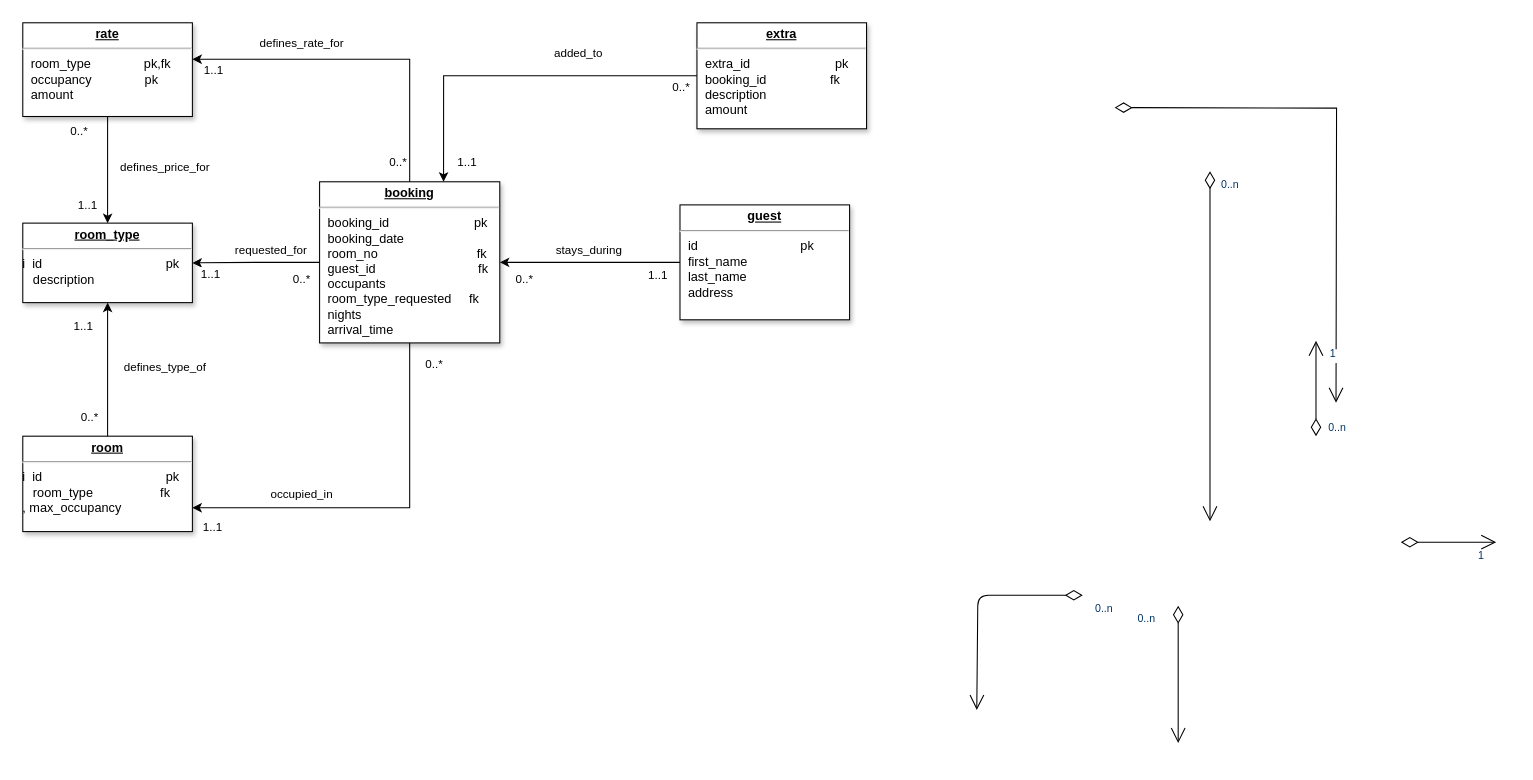
ISPaton/napierdataengineering keeps this draw.io diagram as assignment.drawio. Above is the earlier version. Source tidied: cells renumbered, new cells numbered last; positions are measured from the earlier drawing's top-left corner, leaving out a move shared by most shapes. Both pictures are drawn from the tidied source at 106%, with x=0, y=0 at pixel (22, 22).
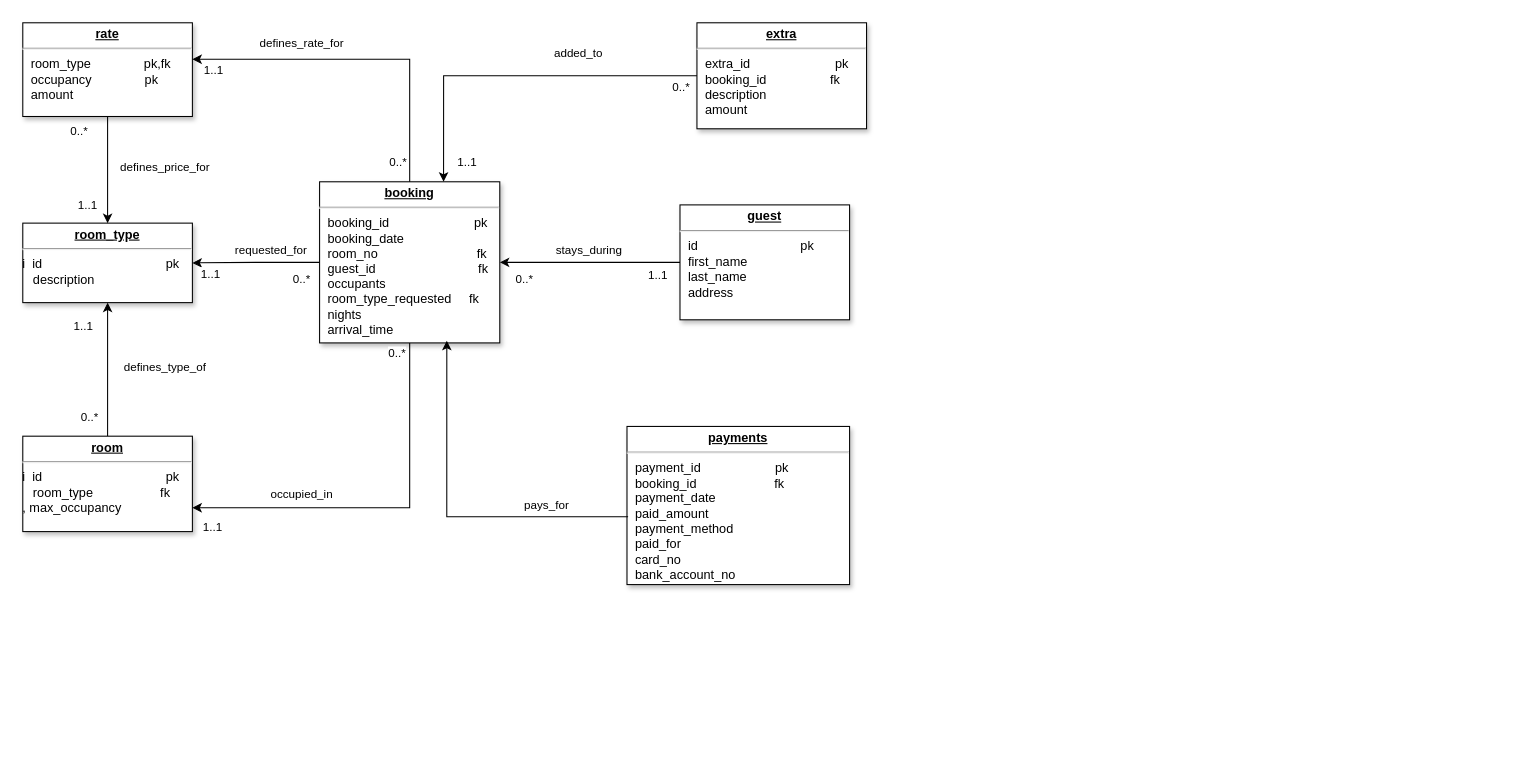
After the change.

Unchanged cells that the change refers to:
```xml
<mxCell id="4" value="&lt;p style=&quot;margin: 0px; margin-top: 4px; text-align: center; text-decoration: underline;&quot;&gt;&lt;strong&gt;booking&lt;/strong&gt;&lt;/p&gt;&lt;hr&gt;&lt;p style=&quot;margin: 0px; margin-left: 8px;&quot;&gt;booking_id&amp;nbsp;&amp;nbsp;&amp;nbsp;&amp;nbsp;&amp;nbsp;&amp;nbsp;&amp;nbsp;&amp;nbsp;&amp;nbsp;&amp;nbsp;&amp;nbsp; &amp;nbsp; &amp;nbsp; &amp;nbsp; &amp;nbsp; &amp;nbsp; &amp;nbsp; pk&lt;br&gt;booking_date&lt;br&gt;&lt;/p&gt;&lt;p style=&quot;margin: 0px; margin-left: 8px;&quot;&gt;room_no&amp;nbsp;&amp;nbsp;&amp;nbsp;&amp;nbsp;&amp;nbsp;&amp;nbsp;&amp;nbsp;&amp;nbsp;&amp;nbsp;&amp;nbsp; &amp;nbsp; &amp;nbsp; &amp;nbsp; &amp;nbsp; &amp;nbsp; &amp;nbsp;&amp;nbsp; &amp;nbsp;&amp;nbsp;&amp;nbsp; fk&lt;br&gt;&lt;/p&gt;&lt;p style=&quot;margin: 0px; margin-left: 8px;&quot;&gt;guest_id&amp;nbsp;&amp;nbsp;&amp;nbsp;&amp;nbsp;&amp;nbsp;&amp;nbsp;&amp;nbsp;&amp;nbsp;&amp;nbsp;&amp;nbsp;&amp;nbsp;&amp;nbsp;&amp;nbsp; &amp;nbsp; &amp;nbsp; &amp;nbsp; &amp;nbsp; &amp;nbsp; &amp;nbsp; &amp;nbsp;&amp;nbsp; fk&lt;br&gt;&lt;/p&gt;&lt;p style=&quot;margin: 0px; margin-left: 8px;&quot;&gt;occupants&lt;/p&gt;&lt;p style=&quot;margin: 0px; margin-left: 8px;&quot;&gt;room_type_requested&amp;nbsp;&amp;nbsp; &amp;nbsp; fk&lt;br&gt;&lt;/p&gt;&lt;p style=&quot;margin: 0px; margin-left: 8px;&quot;&gt;nights&lt;/p&gt;&lt;p style=&quot;margin: 0px; margin-left: 8px;&quot;&gt;arrival_time&lt;br&gt;&lt;/p&gt;" style="verticalAlign=top;align=left;overflow=fill;fontSize=12;fontFamily=Helvetica;html=1;shadow=1;" parent="1" vertex="1">
  <mxGeometry x="280" y="150" width="170" height="152" as="geometry" />
</mxCell>
```

Diff of the diagram source:
```diff
@@
-    <mxCell id="8" style="endArrow=open;endSize=12;startArrow=diamondThin;startSize=14;startFill=0;edgeStyle=orthogonalEdgeStyle;" parent="1" edge="1">
-      <mxGeometry y="160" as="geometry">
-        <mxPoint x="1000" y="540" as="sourcePoint" />
-        <mxPoint x="900" y="648.3" as="targetPoint" />
-        <Array as="points">
-          <mxPoint x="901" y="539.8" />
-        </Array>
-      </mxGeometry>
-    </mxCell>
-    <mxCell id="9" value="0..n" style="align=left;verticalAlign=top;labelBackgroundColor=#ffffff;fontSize=10;strokeColor=#003366;shadow=1;fillColor=#D4E1F5;fontColor=#003366;" parent="8" vertex="1">
-      <mxGeometry x="-1" relative="1" as="geometry">
-        <mxPoint x="10" as="offset" />
-      </mxGeometry>
-    </mxCell>
-    <mxCell id="10" style="endArrow=open;endSize=12;startArrow=diamondThin;startSize=14;startFill=0;edgeStyle=orthogonalEdgeStyle;rounded=0;" parent="1" edge="1">
-      <mxGeometry x="519.4" y="180" as="geometry">
-        <mxPoint x="1030" y="80" as="sourcePoint" />
-        <mxPoint x="1238.9" y="358.4" as="targetPoint" />
-      </mxGeometry>
-    </mxCell>
-    <mxCell id="11" style="endArrow=open;endSize=12;startArrow=diamondThin;startSize=14;startFill=0;edgeStyle=orthogonalEdgeStyle;" parent="1" edge="1">
-      <mxGeometry x="389.4" y="350" as="geometry">
-        <mxPoint x="1120" y="140" as="sourcePoint" />
-        <mxPoint x="1120" y="470.3" as="targetPoint" />
-      </mxGeometry>
-    </mxCell>
-    <mxCell id="12" value="0..n" style="align=left;verticalAlign=top;labelBackgroundColor=#ffffff;fontSize=10;strokeColor=#003366;shadow=1;fillColor=#D4E1F5;fontColor=#003366;" parent="11" vertex="1">
-      <mxGeometry x="-1" relative="1" as="geometry">
-        <mxPoint x="8.9" as="offset" />
-      </mxGeometry>
-    </mxCell>
-    <mxCell id="13" style="endArrow=open;endSize=12;startArrow=diamondThin;startSize=14;startFill=0;edgeStyle=orthogonalEdgeStyle;" parent="1" edge="1">
-      <mxGeometry x="1309.4" y="540" as="geometry">
-        <mxPoint x="1300" y="490" as="sourcePoint" />
-        <mxPoint x="1390" y="490" as="targetPoint" />
-      </mxGeometry>
-    </mxCell>
-    <mxCell id="14" value="1" style="align=right;verticalAlign=top;labelBackgroundColor=#ffffff;fontSize=10;strokeColor=#003366;shadow=1;fillColor=#D4E1F5;fontColor=#003366;" parent="13" vertex="1">
-      <mxGeometry x="1" relative="1" as="geometry">
-        <mxPoint x="-10" as="offset" />
-      </mxGeometry>
-    </mxCell>
-    <mxCell id="15" style="endArrow=open;endSize=12;startArrow=diamondThin;startSize=14;startFill=0;edgeStyle=orthogonalEdgeStyle;" parent="1" edge="1">
-      <mxGeometry x="1119.4" y="540" as="geometry">
-        <mxPoint x="1220" y="390" as="sourcePoint" />
-        <mxPoint x="1220" y="300" as="targetPoint" />
-      </mxGeometry>
-    </mxCell>
-    <mxCell id="16" value="0..n" style="align=left;verticalAlign=top;labelBackgroundColor=#ffffff;fontSize=10;strokeColor=#003366;shadow=1;fillColor=#D4E1F5;fontColor=#003366;" parent="15" vertex="1">
-      <mxGeometry x="-1" relative="1" as="geometry">
-        <mxPoint x="10" y="-20" as="offset" />
-      </mxGeometry>
-    </mxCell>
-    <mxCell id="17" value="1" style="align=right;verticalAlign=top;labelBackgroundColor=#ffffff;fontSize=10;strokeColor=#003366;shadow=1;fillColor=#D4E1F5;fontColor=#003366;" parent="15" vertex="1">
-      <mxGeometry x="1" relative="1" as="geometry">
-        <mxPoint x="20" as="offset" />
-      </mxGeometry>
-    </mxCell>
-    <mxCell id="18" style="endArrow=open;endSize=12;startArrow=diamondThin;startSize=14;startFill=0;edgeStyle=orthogonalEdgeStyle;" parent="1" edge="1">
-      <mxGeometry x="519.4" y="200" as="geometry">
-        <mxPoint x="1090" y="550" as="sourcePoint" />
-        <mxPoint x="1090" y="679.5" as="targetPoint" />
-      </mxGeometry>
-    </mxCell>
-    <mxCell id="19" value="0..n" style="align=left;verticalAlign=top;labelBackgroundColor=#ffffff;fontSize=10;strokeColor=#003366;shadow=1;fillColor=#D4E1F5;fontColor=#003366;" parent="18" vertex="1">
-      <mxGeometry x="-1" relative="1" as="geometry">
-        <mxPoint x="-40" as="offset" />
-      </mxGeometry>
-    </mxCell>
@@
     <mxCell id="37" value="0..*" style="edgeLabel;html=1;align=center;verticalAlign=middle;" parent="1" vertex="1">
-      <mxGeometry x="365" y="320" as="geometry">
+      <mxGeometry x="330" y="310" as="geometry">
         <mxPoint x="22" y="1" as="offset" />
       </mxGeometry>
     </mxCell>
@@
+    <mxCell id="48" value="&lt;p style=&quot;margin: 0px; margin-top: 4px; text-align: center; text-decoration: underline;&quot;&gt;&lt;strong&gt;payments&lt;br&gt;&lt;/strong&gt;&lt;/p&gt;&lt;hr&gt;&lt;p style=&quot;margin: 0px; margin-left: 8px;&quot;&gt;payment_id &amp;nbsp; &amp;nbsp; &amp;nbsp; &amp;nbsp;&amp;nbsp;&amp;nbsp;&amp;nbsp;&amp;nbsp;&amp;nbsp;&amp;nbsp;&amp;nbsp;&amp;nbsp;&amp;nbsp;&amp;nbsp;&amp;nbsp;&amp;nbsp; pk&lt;br&gt;booking_id&amp;nbsp;&amp;nbsp;&amp;nbsp;&amp;nbsp;&amp;nbsp;&amp;nbsp;&amp;nbsp;&amp;nbsp;&amp;nbsp;&amp;nbsp;&amp;nbsp;&amp;nbsp;&amp;nbsp;&amp;nbsp;&amp;nbsp;&amp;nbsp;&amp;nbsp;&amp;nbsp;&amp;nbsp;&amp;nbsp;&amp;nbsp; fk&lt;br&gt;&lt;/p&gt;&lt;p style=&quot;margin: 0px; margin-left: 8px;&quot;&gt;payment_date&lt;/p&gt;&lt;p style=&quot;margin: 0px; margin-left: 8px;&quot;&gt;paid_amount&lt;/p&gt;&lt;p style=&quot;margin: 0px; margin-left: 8px;&quot;&gt;payment_method&lt;/p&gt;&lt;p style=&quot;margin: 0px; margin-left: 8px;&quot;&gt;paid_for&lt;/p&gt;&lt;p style=&quot;margin: 0px; margin-left: 8px;&quot;&gt;card_no&lt;/p&gt;&lt;p style=&quot;margin: 0px; margin-left: 8px;&quot;&gt;bank_account_no&lt;br&gt;&lt;/p&gt;&lt;p style=&quot;margin: 0px; margin-left: 8px;&quot;&gt;&lt;br&gt;&lt;/p&gt;" style="verticalAlign=top;align=left;overflow=fill;fontSize=12;fontFamily=Helvetica;html=1;shadow=1;" parent="1" vertex="1">
+      <mxGeometry x="570" y="380.8" width="210" height="149.2" as="geometry" />
+    </mxCell>
+    <mxCell id="49" style="edgeStyle=orthogonalEdgeStyle;rounded=0;jettySize=auto;html=1;entryX=0.706;entryY=0.987;entryDx=0;entryDy=0;entryPerimeter=0;exitX=0.005;exitY=0.571;exitDx=0;exitDy=0;exitPerimeter=0;" parent="1" edge="1" source="48" target="4">
+      <mxGeometry relative="1" as="geometry" />
+    </mxCell>
+    <mxCell id="50" value="pays_for" style="edgeLabel;html=1;align=center;verticalAlign=middle;" parent="1" vertex="1">
+      <mxGeometry x="420" y="490" as="geometry">
+        <mxPoint x="73" y="-36" as="offset" />
+      </mxGeometry>
+    </mxCell>
```
